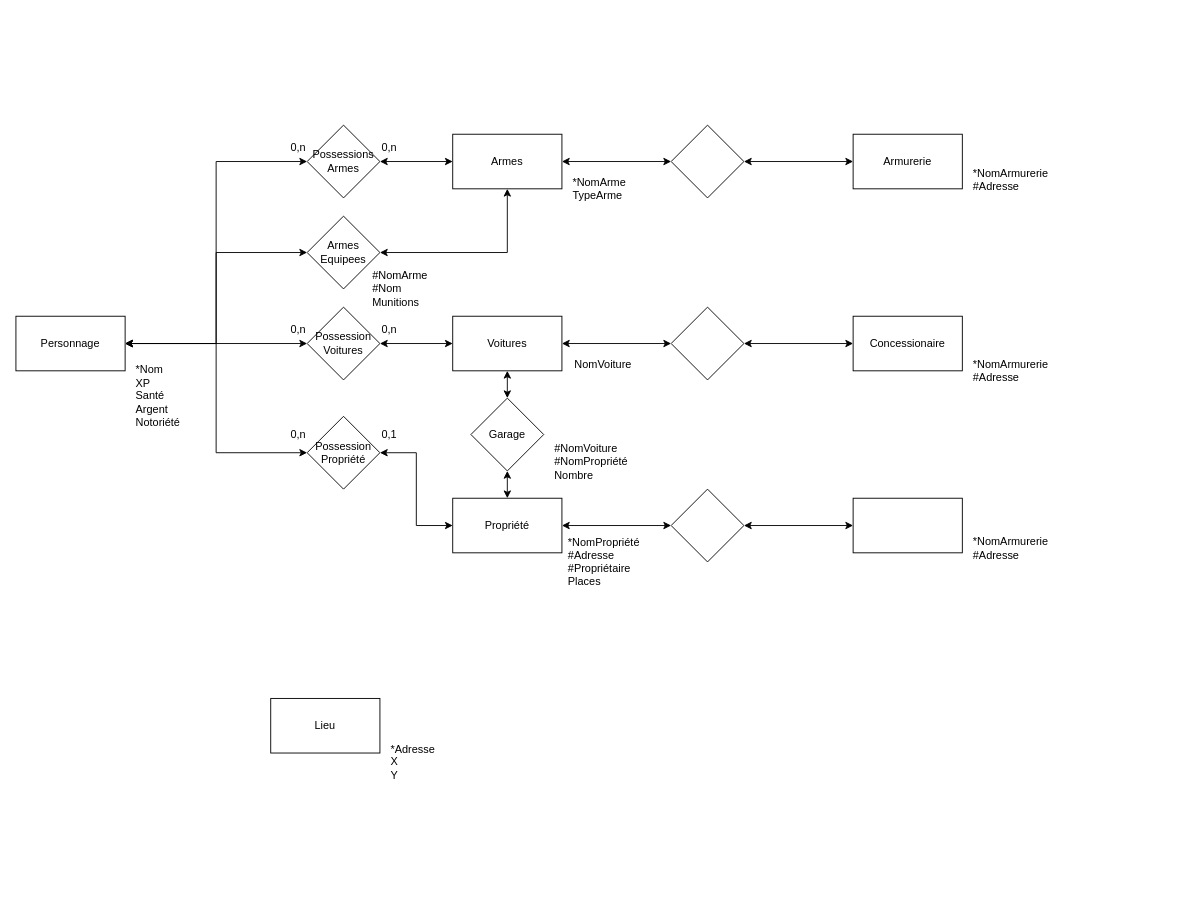
Above: page "Page-1" (1 of 2) of GTA_SQL_Relationelle.drawio in Neitherman83/GTA_SQL (draw.io), before the change. Source tidied: cells renumbered, new cells numbered last; positions are measured from the earlier drawing's top-left corner, leaving out a move shared by most shapes. Both pictures are drawn from the tidied source at 91%, with x=0, y=0 at pixel (15, 125).
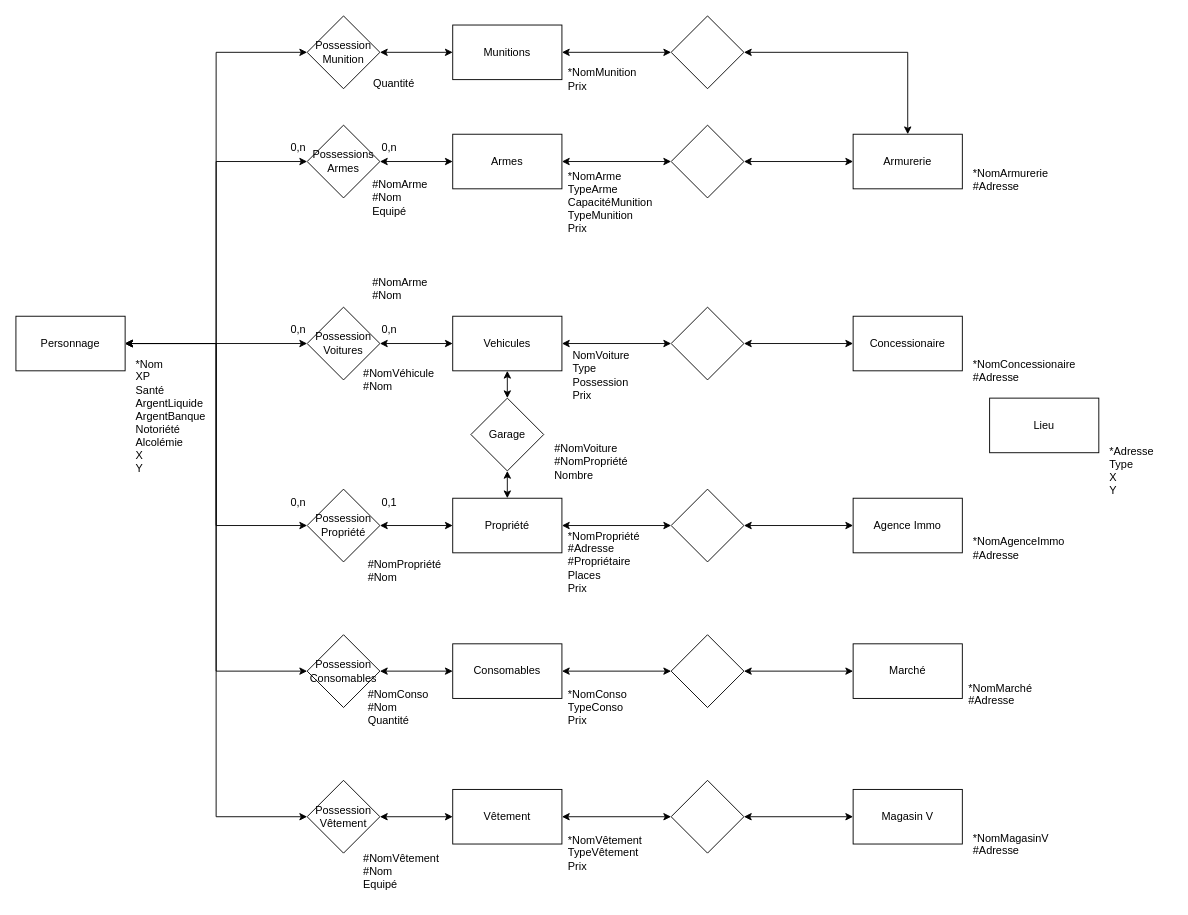
After the change.

Commit message:
Mettre à jour GTA_SQL_Relationelle.drawio

The change refers to these unchanged cells:
```xml
<mxCell id="6" value="Personnage" style="whiteSpace=wrap;html=1;" parent="1" vertex="1">
  <mxGeometry y="210" width="120" height="60" as="geometry" />
</mxCell>
<mxCell id="10" value="Armes" style="whiteSpace=wrap;html=1;" parent="1" vertex="1">
  <mxGeometry x="480" y="10" width="120" height="60" as="geometry" />
</mxCell>
<mxCell id="34" value="Armurerie" style="whiteSpace=wrap;html=1;" parent="1" vertex="1">
  <mxGeometry x="920" y="10" width="120" height="60" as="geometry" />
</mxCell>
```

What changed in the source:
```diff
@@
-    <mxCell id="5" style="edgeStyle=orthogonalEdgeStyle;rounded=0;jettySize=auto;html=1;exitX=1;exitY=0.5;exitDx=0;exitDy=0;entryX=0;entryY=0.5;entryDx=0;entryDy=0;startArrow=classic;startFill=1;" parent="1" edge="1" source="6" target="31">
-      <mxGeometry relative="1" as="geometry" />
-    </mxCell>
+    <mxCell id="50" style="edgeStyle=orthogonalEdgeStyle;rounded=0;jettySize=auto;html=1;exitX=1;exitY=0.5;exitDx=0;exitDy=0;entryX=0;entryY=0.5;entryDx=0;entryDy=0;startArrow=classic;startFill=1;" parent="1" edge="1" source="6" target="78">
+      <mxGeometry relative="1" as="geometry" />
+    </mxCell>
@@
-    <mxCell id="11" value="&lt;div align=&quot;left&quot;&gt;*Nom&lt;/div&gt;&lt;div align=&quot;left&quot;&gt;XP&lt;/div&gt;&lt;div align=&quot;left&quot;&gt;Santé&lt;/div&gt;&lt;div align=&quot;left&quot;&gt;Argent&lt;/div&gt;Notoriété&lt;div align=&quot;left&quot;&gt;&lt;br&gt;&lt;/div&gt;" style="text;html=1;align=left;verticalAlign=middle;strokeColor=none;fillColor=none;" parent="1" vertex="1">
-      <mxGeometry x="130" y="255" width="70" height="100" as="geometry" />
+    <mxCell id="11" value="&lt;div align=&quot;left&quot;&gt;*Nom&lt;/div&gt;&lt;div align=&quot;left&quot;&gt;XP&lt;/div&gt;&lt;div align=&quot;left&quot;&gt;Santé&lt;/div&gt;&lt;div align=&quot;left&quot;&gt;ArgentLiquide&lt;/div&gt;&lt;div align=&quot;left&quot;&gt;ArgentBanque&lt;br&gt;&lt;/div&gt;Notoriété&lt;div align=&quot;left&quot;&gt;Alcolémie&lt;br&gt;&lt;/div&gt;&lt;div&gt;X&lt;/div&gt;&lt;div&gt;Y&lt;br&gt;&lt;/div&gt;" style="text;html=1;align=left;verticalAlign=middle;strokeColor=none;fillColor=none;" parent="1" vertex="1">
+      <mxGeometry x="130" y="250" width="100" height="140" as="geometry" />
     </mxCell>
@@
     <mxCell id="15" value="Possession Propriété" style="rhombus;whiteSpace=wrap;html=1;" parent="1" vertex="1">
-      <mxGeometry x="320" y="320" width="80" height="80" as="geometry" />
+      <mxGeometry x="320" y="400" width="80" height="80" as="geometry" />
     </mxCell>
@@
-    <mxCell id="17" value="Voitures" style="whiteSpace=wrap;html=1;" parent="1" vertex="1">
+    <mxCell id="17" value="Vehicules" style="whiteSpace=wrap;html=1;" parent="1" vertex="1">
       <mxGeometry x="480" y="210" width="120" height="60" as="geometry" />
     </mxCell>
@@
     <mxCell id="27" value="0,n" style="text;html=1;align=center;verticalAlign=middle;strokeColor=none;fillColor=none;" parent="1" vertex="1">
-      <mxGeometry x="290" y="325" width="40" height="30" as="geometry" />
+      <mxGeometry x="290" y="400" width="40" height="30" as="geometry" />
     </mxCell>
     <mxCell id="28" value="0,1" style="text;html=1;align=center;verticalAlign=middle;strokeColor=none;fillColor=none;" parent="1" vertex="1">
-      <mxGeometry x="390" y="325" width="40" height="30" as="geometry" />
+      <mxGeometry x="390" y="400" width="40" height="30" as="geometry" />
     </mxCell>
-    <mxCell id="29" value="&lt;div align=&quot;left&quot;&gt;*NomArme&lt;/div&gt;&lt;div align=&quot;left&quot;&gt;TypeArme&lt;/div&gt;" style="text;html=1;align=left;verticalAlign=middle;strokeColor=none;fillColor=none;" parent="1" vertex="1">
-      <mxGeometry x="610" y="50" width="80" height="40" as="geometry" />
+    <mxCell id="29" value="&lt;div align=&quot;left&quot;&gt;*NomArme&lt;/div&gt;&lt;div align=&quot;left&quot;&gt;TypeArme&lt;/div&gt;&lt;div&gt;CapacitéMunition&lt;/div&gt;&lt;div&gt;TypeMunition&lt;/div&gt;&lt;div&gt;Prix&lt;br&gt;&lt;/div&gt;" style="text;html=1;align=left;verticalAlign=middle;strokeColor=none;fillColor=none;" parent="1" vertex="1">
+      <mxGeometry x="605" y="40" width="120" height="90" as="geometry" />
     </mxCell>
-    <mxCell id="30" style="edgeStyle=orthogonalEdgeStyle;rounded=0;jettySize=auto;html=1;exitX=1;exitY=0.5;exitDx=0;exitDy=0;entryX=0.5;entryY=1;entryDx=0;entryDy=0;startArrow=classic;startFill=1;" parent="1" edge="1" source="31" target="10">
-      <mxGeometry relative="1" as="geometry" />
-    </mxCell>
-    <mxCell id="31" value="Armes Equipees" style="rhombus;whiteSpace=wrap;html=1;" parent="1" vertex="1">
-      <mxGeometry x="320" y="100" width="80" height="80" as="geometry" />
-    </mxCell>
-    <mxCell id="32" value="&lt;div align=&quot;left&quot;&gt;#NomArme&lt;/div&gt;&lt;div align=&quot;left&quot;&gt;#Nom&lt;/div&gt;&lt;div align=&quot;left&quot;&gt;Munitions&lt;/div&gt;" style="text;html=1;align=left;verticalAlign=middle;strokeColor=none;fillColor=none;" parent="1" vertex="1">
-      <mxGeometry x="390" y="150" width="80" height="60" as="geometry" />
+    <mxCell id="32" value="&lt;div align=&quot;left&quot;&gt;#NomArme&lt;/div&gt;&lt;div align=&quot;left&quot;&gt;#Nom&lt;/div&gt;" style="text;html=1;align=left;verticalAlign=middle;strokeColor=none;fillColor=none;" parent="1" vertex="1">
+      <mxGeometry x="390" y="160" width="80" height="40" as="geometry" />
     </mxCell>
-    <mxCell id="33" value="&lt;div&gt;NomVoiture&lt;/div&gt;&lt;div&gt;&lt;br&gt;&lt;/div&gt;" style="text;html=1;align=center;verticalAlign=middle;strokeColor=none;fillColor=none;" parent="1" vertex="1">
-      <mxGeometry x="600" y="250" width="90" height="40" as="geometry" />
+    <mxCell id="33" value="&lt;div align=&quot;left&quot;&gt;NomVoiture&lt;/div&gt;&lt;div align=&quot;left&quot;&gt;Type&lt;br&gt;&lt;/div&gt;&lt;div align=&quot;left&quot;&gt;Possession&lt;/div&gt;&lt;div align=&quot;left&quot;&gt;Prix&lt;br&gt;&lt;/div&gt;" style="text;html=1;align=left;verticalAlign=middle;strokeColor=none;fillColor=none;" parent="1" vertex="1">
+      <mxGeometry x="610" y="240" width="90" height="70" as="geometry" />
     </mxCell>
@@
-    <mxCell id="36" style="whiteSpace=wrap;html=1;" parent="1" vertex="1">
+    <mxCell id="36" value="&lt;div&gt;Agence Immo&lt;/div&gt;" style="whiteSpace=wrap;html=1;" parent="1" vertex="1">
       <mxGeometry x="920" y="410" width="120" height="60" as="geometry" />
     </mxCell>
@@
-    <mxCell id="39" value="&lt;div align=&quot;left&quot;&gt;*NomPropriété&lt;/div&gt;&lt;div align=&quot;left&quot;&gt;#Adresse&lt;/div&gt;&lt;div align=&quot;left&quot;&gt;#Propriétaire&lt;/div&gt;&lt;div align=&quot;left&quot;&gt;Places&lt;br&gt;&lt;/div&gt;" style="text;html=1;align=left;verticalAlign=middle;strokeColor=none;fillColor=none;" parent="1" vertex="1">
-      <mxGeometry x="605" y="445" width="100" height="70" as="geometry" />
+    <mxCell id="39" value="&lt;div align=&quot;left&quot;&gt;*NomPropriété&lt;/div&gt;&lt;div align=&quot;left&quot;&gt;#Adresse&lt;/div&gt;&lt;div align=&quot;left&quot;&gt;#Propriétaire&lt;/div&gt;&lt;div align=&quot;left&quot;&gt;Places&lt;/div&gt;&lt;div align=&quot;left&quot;&gt;Prix&lt;br&gt;&lt;/div&gt;" style="text;html=1;align=left;verticalAlign=middle;strokeColor=none;fillColor=none;" parent="1" vertex="1">
+      <mxGeometry x="605" y="435" width="100" height="90" as="geometry" />
     </mxCell>
@@
-    <mxCell id="46" value="&lt;div align=&quot;left&quot;&gt;*NomArmurerie&lt;/div&gt;&lt;div align=&quot;left&quot;&gt;#Adresse&lt;br&gt;&lt;/div&gt;" style="text;html=1;align=left;verticalAlign=middle;strokeColor=none;fillColor=none;" parent="1" vertex="1">
-      <mxGeometry x="1050" y="445" width="110" height="40" as="geometry" />
+    <mxCell id="46" value="&lt;div align=&quot;left&quot;&gt;*NomAgenceImmo&lt;/div&gt;&lt;div align=&quot;left&quot;&gt;#Adresse&lt;br&gt;&lt;/div&gt;" style="text;html=1;align=left;verticalAlign=middle;strokeColor=none;fillColor=none;" parent="1" vertex="1">
+      <mxGeometry x="1050" y="445" width="120" height="40" as="geometry" />
     </mxCell>
-    <mxCell id="47" value="&lt;div align=&quot;left&quot;&gt;*NomArmurerie&lt;/div&gt;&lt;div align=&quot;left&quot;&gt;#Adresse&lt;br&gt;&lt;/div&gt;" style="text;html=1;align=left;verticalAlign=middle;strokeColor=none;fillColor=none;" parent="1" vertex="1">
-      <mxGeometry x="1050" y="250" width="110" height="40" as="geometry" />
+    <mxCell id="47" value="&lt;div align=&quot;left&quot;&gt;*NomConcessionaire&lt;/div&gt;&lt;div align=&quot;left&quot;&gt;#Adresse&lt;br&gt;&lt;/div&gt;" style="text;html=1;align=left;verticalAlign=middle;strokeColor=none;fillColor=none;" parent="1" vertex="1">
+      <mxGeometry x="1050" y="250" width="140" height="40" as="geometry" />
     </mxCell>
     <mxCell id="48" value="Lieu" style="whiteSpace=wrap;html=1;" parent="1" vertex="1">
-      <mxGeometry x="280" y="630" width="120" height="60" as="geometry" />
+      <mxGeometry x="1070" y="300" width="120" height="60" as="geometry" />
     </mxCell>
-    <mxCell id="49" value="&lt;div align=&quot;left&quot;&gt;*Adresse&lt;/div&gt;&lt;div align=&quot;left&quot;&gt;X&lt;/div&gt;&lt;div align=&quot;left&quot;&gt;Y&lt;br&gt;&lt;/div&gt;" style="text;html=1;align=left;verticalAlign=middle;strokeColor=none;fillColor=none;" parent="1" vertex="1">
-      <mxGeometry x="410" y="670" width="70" height="60" as="geometry" />
+    <mxCell id="49" value="&lt;div align=&quot;left&quot;&gt;*Adresse&lt;/div&gt;&lt;div align=&quot;left&quot;&gt;Type&lt;br&gt;&lt;/div&gt;&lt;div align=&quot;left&quot;&gt;X&lt;/div&gt;&lt;div align=&quot;left&quot;&gt;Y&lt;br&gt;&lt;/div&gt;" style="text;html=1;align=left;verticalAlign=middle;strokeColor=none;fillColor=none;" parent="1" vertex="1">
+      <mxGeometry x="1200" y="345" width="70" height="70" as="geometry" />
     </mxCell>
+    <mxCell id="51" style="edgeStyle=orthogonalEdgeStyle;rounded=0;jettySize=auto;html=1;exitX=1;exitY=0.5;exitDx=0;exitDy=0;startArrow=classic;startFill=1;" parent="1" edge="1" source="52" target="54">
+      <mxGeometry relative="1" as="geometry" />
+    </mxCell>
+    <mxCell id="52" value="Consomables" style="whiteSpace=wrap;html=1;" parent="1" vertex="1">
+      <mxGeometry x="480" y="570" width="120" height="60" as="geometry" />
+    </mxCell>
+    <mxCell id="53" style="edgeStyle=orthogonalEdgeStyle;rounded=0;jettySize=auto;html=1;exitX=1;exitY=0.5;exitDx=0;exitDy=0;entryX=0;entryY=0.5;entryDx=0;entryDy=0;startArrow=classic;startFill=1;" parent="1" edge="1" source="54" target="55">
+      <mxGeometry relative="1" as="geometry" />
+    </mxCell>
+    <mxCell id="54" style="rhombus;whiteSpace=wrap;html=1;" parent="1" vertex="1">
+      <mxGeometry x="720" y="560" width="80" height="80" as="geometry" />
+    </mxCell>
+    <mxCell id="55" value="Marché" style="whiteSpace=wrap;html=1;" parent="1" vertex="1">
+      <mxGeometry x="920" y="570" width="120" height="60" as="geometry" />
+    </mxCell>
+    <mxCell id="56" style="edgeStyle=orthogonalEdgeStyle;rounded=0;jettySize=auto;html=1;exitX=1;exitY=0.5;exitDx=0;exitDy=0;entryX=0.5;entryY=0;entryDx=0;entryDy=0;startArrow=classic;startFill=1;" parent="1" edge="1" source="57" target="34">
+      <mxGeometry relative="1" as="geometry" />
+    </mxCell>
+    <mxCell id="57" style="rhombus;whiteSpace=wrap;html=1;" parent="1" vertex="1">
+      <mxGeometry x="720" y="-120" width="80" height="80" as="geometry" />
+    </mxCell>
+    <mxCell id="58" style="edgeStyle=orthogonalEdgeStyle;rounded=0;jettySize=auto;html=1;startArrow=classic;startFill=1;" parent="1" edge="1" source="60" target="62">
+      <mxGeometry relative="1" as="geometry" />
+    </mxCell>
+    <mxCell id="59" style="edgeStyle=orthogonalEdgeStyle;rounded=0;jettySize=auto;html=1;exitX=1;exitY=0.5;exitDx=0;exitDy=0;startArrow=classic;startFill=1;" parent="1" edge="1" source="60" target="57">
+      <mxGeometry relative="1" as="geometry" />
+    </mxCell>
+    <mxCell id="60" value="Munitions" style="whiteSpace=wrap;html=1;" parent="1" vertex="1">
+      <mxGeometry x="480" y="-110" width="120" height="60" as="geometry" />
+    </mxCell>
+    <mxCell id="61" style="edgeStyle=orthogonalEdgeStyle;rounded=0;jettySize=auto;html=1;exitX=0;exitY=0.5;exitDx=0;exitDy=0;entryX=1;entryY=0.5;entryDx=0;entryDy=0;startArrow=classic;startFill=1;" parent="1" edge="1" source="62" target="6">
+      <mxGeometry relative="1" as="geometry" />
+    </mxCell>
+    <mxCell id="62" value="&lt;div&gt;Possession&lt;/div&gt;&lt;div&gt;Munition&lt;br&gt;&lt;/div&gt;" style="rhombus;whiteSpace=wrap;html=1;" parent="1" vertex="1">
+      <mxGeometry x="320" y="-120" width="80" height="80" as="geometry" />
+    </mxCell>
+    <mxCell id="63" value="&lt;div align=&quot;left&quot;&gt;*NomConso&lt;/div&gt;&lt;div align=&quot;left&quot;&gt;TypeConso&lt;/div&gt;&lt;div align=&quot;left&quot;&gt;Prix&lt;/div&gt;" style="text;html=1;align=left;verticalAlign=middle;strokeColor=none;fillColor=none;" parent="1" vertex="1">
+      <mxGeometry x="605" y="610" width="90" height="60" as="geometry" />
+    </mxCell>
+    <mxCell id="64" style="edgeStyle=orthogonalEdgeStyle;rounded=0;jettySize=auto;html=1;exitX=0;exitY=0.5;exitDx=0;exitDy=0;entryX=1;entryY=0.5;entryDx=0;entryDy=0;startArrow=classic;startFill=1;" parent="1" edge="1" source="66" target="6">
+      <mxGeometry relative="1" as="geometry" />
+    </mxCell>
+    <mxCell id="65" style="edgeStyle=orthogonalEdgeStyle;rounded=0;jettySize=auto;html=1;exitX=1;exitY=0.5;exitDx=0;exitDy=0;startArrow=classic;startFill=1;" parent="1" edge="1" source="66" target="52">
+      <mxGeometry relative="1" as="geometry" />
+    </mxCell>
+    <mxCell id="66" value="&lt;div&gt;Possession&lt;/div&gt;&lt;div&gt;Consomables&lt;br&gt;&lt;/div&gt;" style="rhombus;whiteSpace=wrap;html=1;" parent="1" vertex="1">
+      <mxGeometry x="320" y="560" width="80" height="80" as="geometry" />
+    </mxCell>
+    <mxCell id="67" value="&lt;div align=&quot;left&quot;&gt;#NomConso&lt;/div&gt;&lt;div align=&quot;left&quot;&gt;#Nom&lt;br&gt;&lt;/div&gt;&lt;div align=&quot;left&quot;&gt;Quantité&lt;/div&gt;" style="text;html=1;align=left;verticalAlign=middle;strokeColor=none;fillColor=none;" parent="1" vertex="1">
+      <mxGeometry x="385" y="610" width="90" height="60" as="geometry" />
+    </mxCell>
+    <mxCell id="68" value="Quantité" style="text;html=1;align=center;verticalAlign=middle;strokeColor=none;fillColor=none;" parent="1" vertex="1">
+      <mxGeometry x="380" y="-60" width="70" height="30" as="geometry" />
+    </mxCell>
+    <mxCell id="69" value="&lt;div align=&quot;left&quot;&gt;*NomMarché&lt;/div&gt;&lt;div align=&quot;left&quot;&gt;#Adresse&lt;br&gt;&lt;/div&gt;" style="text;whiteSpace=wrap;html=1;" parent="1" vertex="1">
+      <mxGeometry x="1045" y="605" width="130" height="50" as="geometry" />
+    </mxCell>
+    <mxCell id="70" value="&lt;div align=&quot;left&quot;&gt;*NomMunition&lt;/div&gt;&lt;div align=&quot;left&quot;&gt;Prix&lt;br&gt;&lt;/div&gt;" style="text;html=1;align=left;verticalAlign=middle;strokeColor=none;fillColor=none;" parent="1" vertex="1">
+      <mxGeometry x="605" y="-70" width="100" height="40" as="geometry" />
+    </mxCell>
+    <mxCell id="71" style="edgeStyle=orthogonalEdgeStyle;rounded=0;jettySize=auto;html=1;exitX=1;exitY=0.5;exitDx=0;exitDy=0;startArrow=classic;startFill=1;" parent="1" edge="1" source="72" target="74">
+      <mxGeometry relative="1" as="geometry" />
+    </mxCell>
+    <mxCell id="72" value="Vêtement" style="whiteSpace=wrap;html=1;" parent="1" vertex="1">
+      <mxGeometry x="480" y="730" width="120" height="60" as="geometry" />
+    </mxCell>
+    <mxCell id="73" style="edgeStyle=orthogonalEdgeStyle;rounded=0;jettySize=auto;html=1;exitX=1;exitY=0.5;exitDx=0;exitDy=0;entryX=0;entryY=0.5;entryDx=0;entryDy=0;startArrow=classic;startFill=1;" parent="1" edge="1" source="74" target="75">
+      <mxGeometry relative="1" as="geometry" />
+    </mxCell>
+    <mxCell id="74" style="rhombus;whiteSpace=wrap;html=1;" parent="1" vertex="1">
+      <mxGeometry x="720" y="720" width="80" height="80" as="geometry" />
+    </mxCell>
+    <mxCell id="75" value="Magasin V" style="whiteSpace=wrap;html=1;" parent="1" vertex="1">
+      <mxGeometry x="920" y="730" width="120" height="60" as="geometry" />
+    </mxCell>
+    <mxCell id="76" value="&lt;div align=&quot;left&quot;&gt;*NomVêtement&lt;/div&gt;&lt;div align=&quot;left&quot;&gt;TypeVêtement&lt;/div&gt;&lt;div align=&quot;left&quot;&gt;Prix&lt;/div&gt;" style="text;html=1;align=left;verticalAlign=middle;strokeColor=none;fillColor=none;" parent="1" vertex="1">
+      <mxGeometry x="605" y="770" width="100" height="60" as="geometry" />
+    </mxCell>
+    <mxCell id="77" style="edgeStyle=orthogonalEdgeStyle;rounded=0;jettySize=auto;html=1;exitX=1;exitY=0.5;exitDx=0;exitDy=0;startArrow=classic;startFill=1;" parent="1" edge="1" source="78" target="72">
+      <mxGeometry relative="1" as="geometry" />
+    </mxCell>
+    <mxCell id="78" value="&lt;div&gt;Possession&lt;/div&gt;&lt;div&gt;Vêtement&lt;br&gt;&lt;/div&gt;" style="rhombus;whiteSpace=wrap;html=1;" parent="1" vertex="1">
+      <mxGeometry x="320" y="720" width="80" height="80" as="geometry" />
+    </mxCell>
+    <mxCell id="79" value="&lt;div align=&quot;left&quot;&gt;#NomVêtement&lt;br&gt;&lt;/div&gt;&lt;div align=&quot;left&quot;&gt;#Nom&lt;/div&gt;&lt;div align=&quot;left&quot;&gt;Equipé&lt;/div&gt;" style="text;html=1;align=left;verticalAlign=middle;strokeColor=none;fillColor=none;" parent="1" vertex="1">
+      <mxGeometry x="380" y="790" width="110" height="60" as="geometry" />
+    </mxCell>
+    <mxCell id="80" value="&lt;div align=&quot;left&quot;&gt;#NomArme&lt;/div&gt;&lt;div align=&quot;left&quot;&gt;#Nom&lt;/div&gt;&lt;div align=&quot;left&quot;&gt;Equipé&lt;/div&gt;" style="text;html=1;align=left;verticalAlign=middle;strokeColor=none;fillColor=none;" parent="1" vertex="1">
+      <mxGeometry x="390" y="50" width="80" height="60" as="geometry" />
+    </mxCell>
+    <mxCell id="81" value="&lt;div align=&quot;left&quot;&gt;#NomPropriété&lt;/div&gt;&lt;div align=&quot;left&quot;&gt;#Nom&lt;br&gt;&lt;/div&gt;" style="text;html=1;align=left;verticalAlign=middle;strokeColor=none;fillColor=none;" parent="1" vertex="1">
+      <mxGeometry x="385" y="470" width="100" height="40" as="geometry" />
+    </mxCell>
+    <mxCell id="82" value="&lt;div align=&quot;left&quot;&gt;#NomVéhicule&lt;/div&gt;&lt;div align=&quot;left&quot;&gt;#Nom&lt;br&gt;&lt;/div&gt;" style="text;html=1;align=left;verticalAlign=middle;strokeColor=none;fillColor=none;" parent="1" vertex="1">
+      <mxGeometry x="380" y="260" width="100" height="40" as="geometry" />
+    </mxCell>
+    <mxCell id="83" value="&lt;div align=&quot;left&quot;&gt;*NomMagasinV&lt;/div&gt;&lt;div align=&quot;left&quot;&gt;#Adresse&lt;br&gt;&lt;/div&gt;" style="text;whiteSpace=wrap;html=1;" parent="1" vertex="1">
+      <mxGeometry x="1050" y="770" width="130" height="50" as="geometry" />
+    </mxCell>
```
